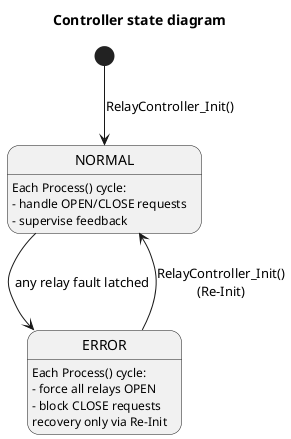
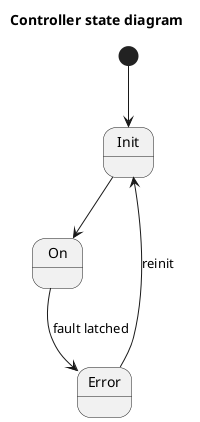
@startuml controller_state
title Controller state diagram

skinparam shadowing false

- [*] --> NORMAL : RelayController_Init()
- 
- NORMAL --> ERROR : any relay fault latched
- ERROR --> NORMAL : RelayController_Init()\n(Re-Init)
- 
- state NORMAL {
-   NORMAL : Each Process() cycle:
-   NORMAL : - handle OPEN/CLOSE requests
-   NORMAL : - supervise feedback
- }
- 
- state ERROR {
-   ERROR : Each Process() cycle:
-   ERROR : - force all relays OPEN
-   ERROR : - block CLOSE requests
-   ERROR : recovery only via Re-Init
- }
+ [*] --> Init
+ Init --> On
+ On --> Error : fault latched
+ Error --> Init : reinit

@enduml
